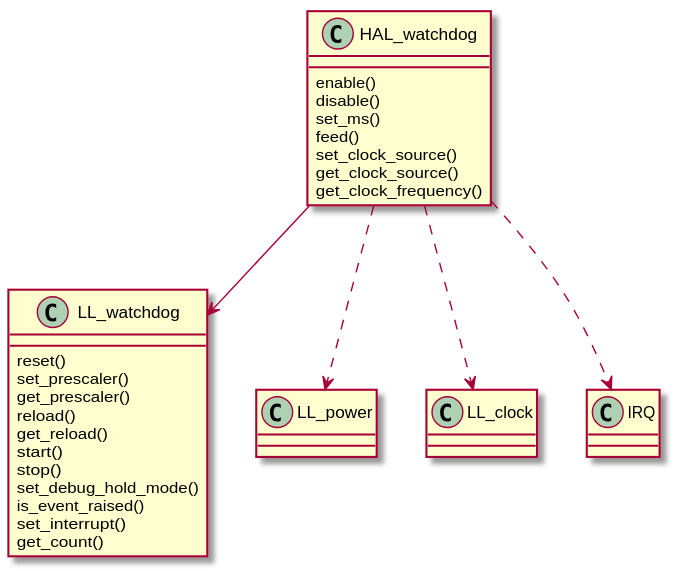
The PlantUML diagram docs/source/assets/images/wdt.svg in onkwon/halmcu, before a commit.
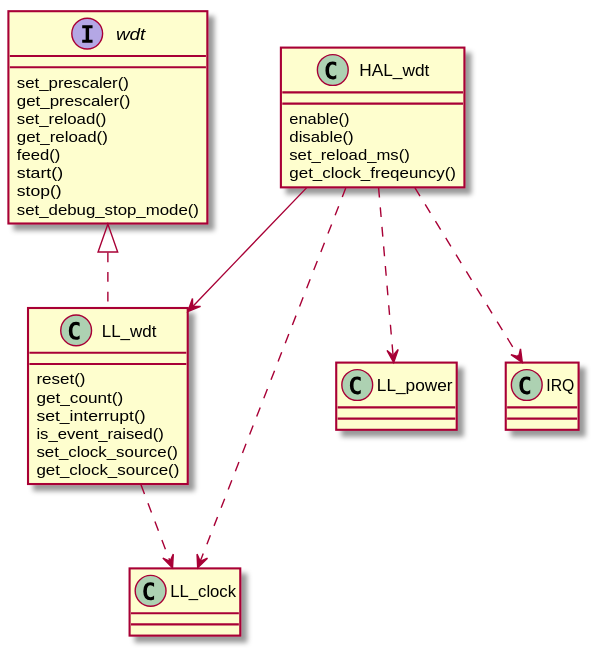
The same file after the commit.

What changed in the source:
```diff
@@ -1,30 +1,35 @@
 @startuml
-class HAL_watchdog {
+interface wdt {
+	set_prescaler()
+	get_prescaler()
+	set_reload()
+	get_reload()
+	feed()
+	start()
+	stop()
+	set_debug_stop_mode()
+}
+
+class LL_wdt {
+	reset()
+	get_count()
+	set_interrupt()
+	is_event_raised()
+	set_clock_source()
+	get_clock_source()
+}
+
+class HAL_wdt {
 	enable()
 	disable()
-	set_ms()
-	feed()
-	set_clock_source()
-	get_clock_source()
-	get_clock_frequency()
+	set_reload_ms()
+	get_clock_freqeuncy()
 }
 
-class LL_watchdog {
-	reset()
-	set_prescaler()
-	get_prescaler()
-	reload()
-	get_reload()
-	start()
-	stop()
-	set_debug_hold_mode()
-	is_event_raised()
-	set_interrupt()
-	get_count()
-}
-
-HAL_watchdog --> LL_watchdog
-HAL_watchdog ..> LL_power
-HAL_watchdog ..> LL_clock
-HAL_watchdog ..> IRQ
+wdt <|.. LL_wdt
+LL_wdt ..> LL_clock
+HAL_wdt --> LL_wdt
+HAL_wdt ..> LL_power
+HAL_wdt ..> LL_clock
+HAL_wdt ..> IRQ
 @enduml
```
